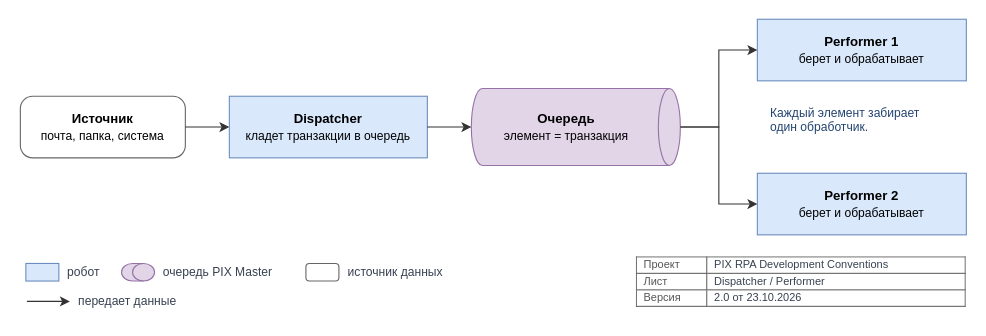
Earlier version of the draw.io diagram page "project / project-dispatcher-performer" (1 of 6) of images/diagrams.drawio (TheMrDJek/PixRpaDevelopmentConventions). Source tidied: cells renumbered, new cells numbered last; positions are measured from the earlier drawing's top-left corner, leaving out a move shared by most shapes. Both pictures are drawn from the tidied source at 110%, with x=0, y=0 at pixel (20, 19).
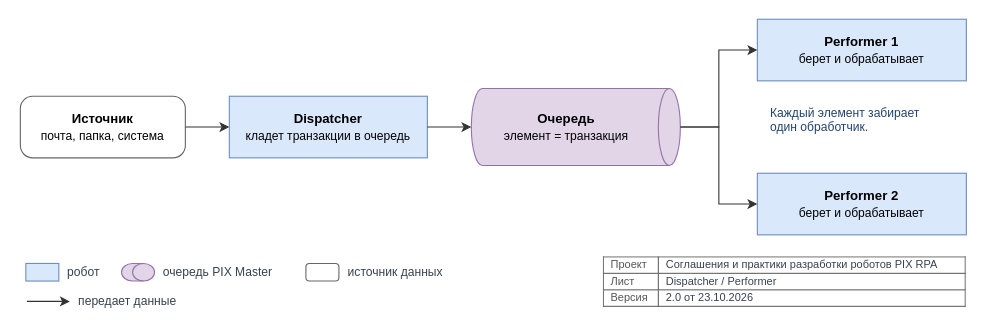
Above is the later version.

Change to the diagram source:
```diff
@@
-    <mxCell id="22" value="&lt;table style=&quot;border-collapse:collapse;width:100%;font-size:10px&quot;&gt;&lt;tr&gt;&lt;td style=&quot;border:1px solid #666;padding:1px 6px;color:#555&quot;&gt;Проект&lt;/td&gt;&lt;td style=&quot;border:1px solid #666;padding:1px 6px&quot;&gt;PIX RPA Development Conventions&lt;/td&gt;&lt;/tr&gt;&lt;tr&gt;&lt;td style=&quot;border:1px solid #666;padding:1px 6px;color:#555&quot;&gt;Лист&lt;/td&gt;&lt;td style=&quot;border:1px solid #666;padding:1px 6px&quot;&gt;Dispatcher / Performer&lt;/td&gt;&lt;/tr&gt;&lt;tr&gt;&lt;td style=&quot;border:1px solid #666;padding:1px 6px;color:#555&quot;&gt;Версия&lt;/td&gt;&lt;td style=&quot;border:1px solid #666;padding:1px 6px&quot;&gt;2.0 от 23.10.2026&lt;/td&gt;&lt;/tr&gt;&lt;/table&gt;" style="text;strokeColor=none;fillColor=none;align=left;verticalAlign=middle;fontSize=12;fontColor=#374151;whiteSpace=wrap;html=1;fontFamily=Helvetica;verticalAlign=top;overflow=fill;" parent="1" vertex="1">
-      <mxGeometry x="560" y="216" width="300" height="54" as="geometry" />
+    <mxCell id="22" value="&lt;table style=&quot;border-collapse:collapse;width:100%;font-size:10px&quot;&gt;&lt;tr&gt;&lt;td style=&quot;border:1px solid #666;padding:1px 6px;color:#555&quot;&gt;Проект&lt;/td&gt;&lt;td style=&quot;border:1px solid #666;padding:1px 6px&quot;&gt;Соглашения и практики разработки роботов PIX RPA&lt;/td&gt;&lt;/tr&gt;&lt;tr&gt;&lt;td style=&quot;border:1px solid #666;padding:1px 6px;color:#555&quot;&gt;Лист&lt;/td&gt;&lt;td style=&quot;border:1px solid #666;padding:1px 6px&quot;&gt;Dispatcher / Performer&lt;/td&gt;&lt;/tr&gt;&lt;tr&gt;&lt;td style=&quot;border:1px solid #666;padding:1px 6px;color:#555&quot;&gt;Версия&lt;/td&gt;&lt;td style=&quot;border:1px solid #666;padding:1px 6px&quot;&gt;2.0 от 23.10.2026&lt;/td&gt;&lt;/tr&gt;&lt;/table&gt;" style="text;strokeColor=none;fillColor=none;align=left;verticalAlign=middle;fontSize=12;fontColor=#374151;whiteSpace=wrap;html=1;fontFamily=Helvetica;verticalAlign=top;overflow=fill;" parent="1" vertex="1">
+      <mxGeometry x="530" y="216" width="330" height="54" as="geometry" />
     </mxCell>
```
